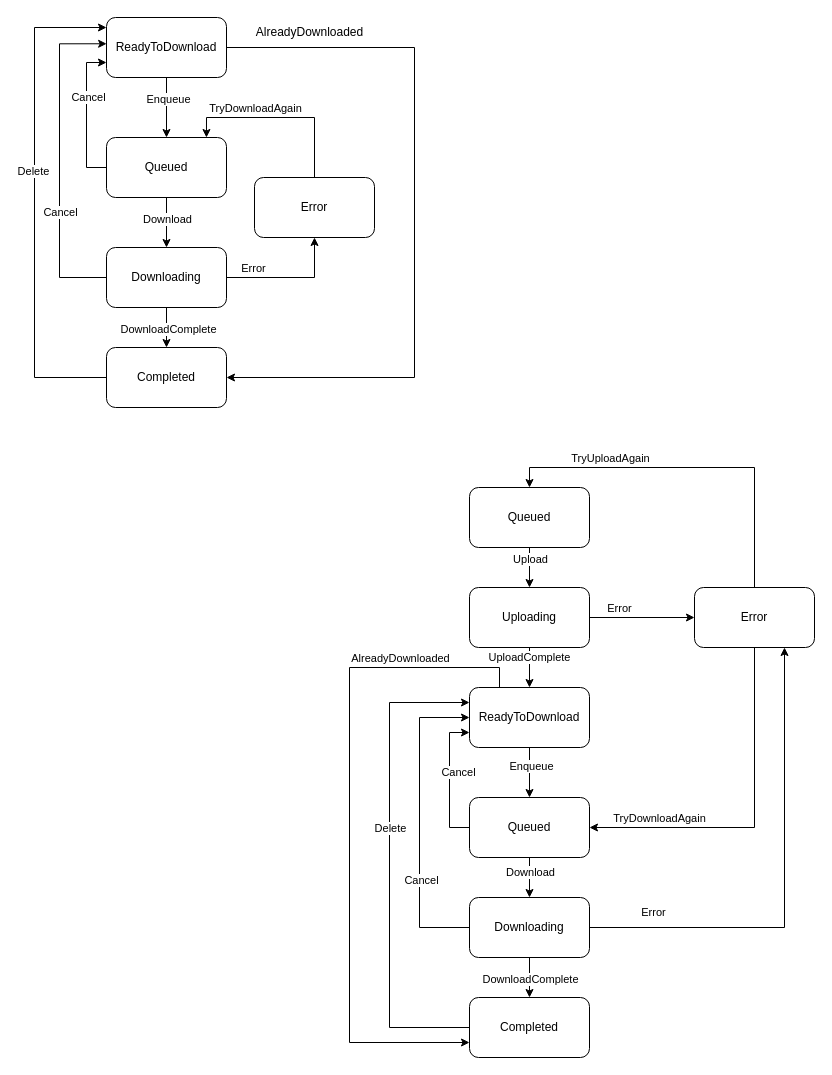
loginovao/Diagrams keeps this draw.io diagram as FileTransferStates.drawio. Above is the earlier version. Source tidied: cells renumbered, new cells numbered last; positions are measured from the earlier drawing's top-left corner, leaving out a move shared by most shapes. Both pictures are drawn from the tidied source at 100%, with x=0, y=0 at pixel (34, 17).
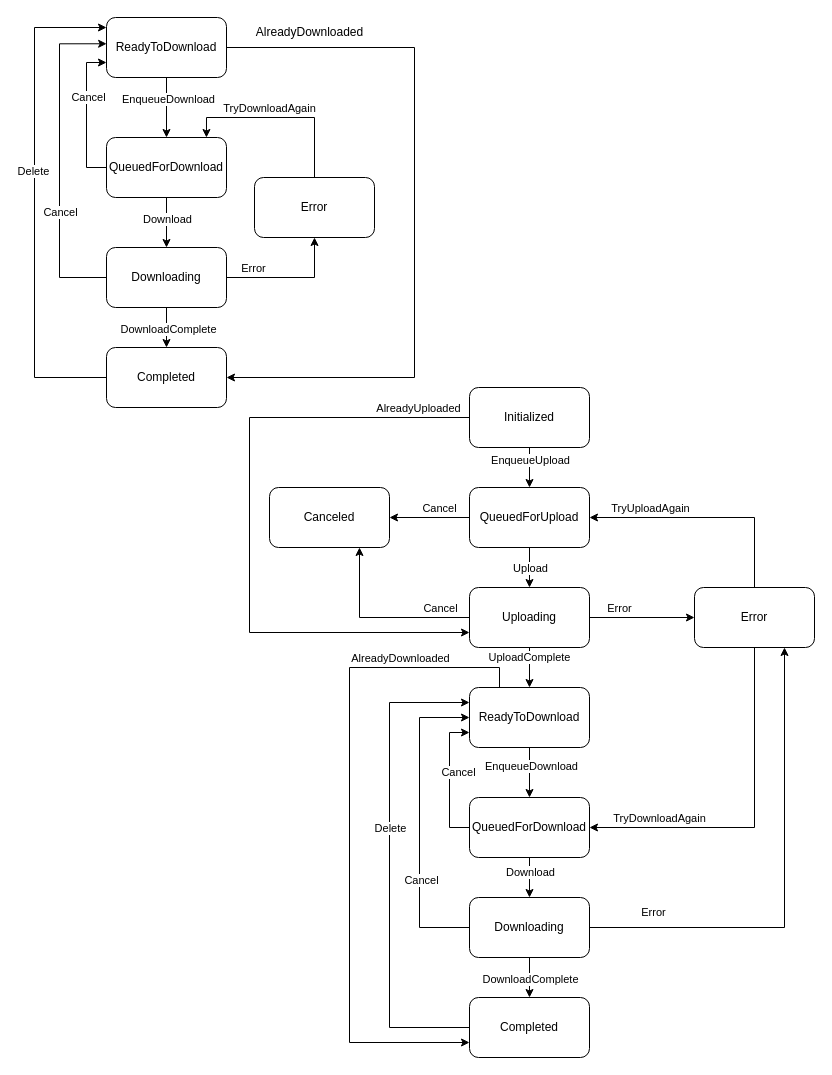
The same page after the edit.

Unchanged cells that the change refers to:
```xml
<mxCell id="3" style="edgeStyle=orthogonalEdgeStyle;rounded=0;jettySize=auto;html=1;" parent="2" edge="1" source="6" target="11">
  <mxGeometry relative="1" as="geometry" />
</mxCell>
<mxCell id="22" style="edgeStyle=orthogonalEdgeStyle;rounded=0;jettySize=auto;html=1;entryX=0.833;entryY=0;entryDx=0;entryDy=0;entryPerimeter=0;exitX=0.5;exitY=0;exitDx=0;exitDy=0;" parent="2" edge="1" source="24" target="11">
  <mxGeometry relative="1" as="geometry">
    <Array as="points">
      <mxPoint x="280" y="100" />
      <mxPoint x="172" y="100" />
    </Array>
  </mxGeometry>
</mxCell>
<mxCell id="26" style="edgeStyle=orthogonalEdgeStyle;rounded=0;jettySize=auto;html=1;exitX=0.5;exitY=1;exitDx=0;exitDy=0;entryX=0.5;entryY=0;entryDx=0;entryDy=0;" parent="2" edge="1" source="31" target="35">
  <mxGeometry relative="1" as="geometry" />
</mxCell>
<mxCell id="35" value="Uploading" style="rounded=1;whiteSpace=wrap;html=1;" parent="30" vertex="1">
  <mxGeometry x="435" y="570" width="120" height="60" as="geometry" />
</mxCell>
<mxCell id="36" style="edgeStyle=orthogonalEdgeStyle;rounded=0;jettySize=auto;html=1;" parent="30" edge="1" source="38" target="41">
  <mxGeometry relative="1" as="geometry" />
</mxCell>
<mxCell id="52" value="Error" style="rounded=1;whiteSpace=wrap;html=1;" parent="30" vertex="1">
  <mxGeometry x="660" y="570" width="120" height="60" as="geometry" />
</mxCell>
```

The edit, as a diff of the source:
```diff
@@
-    <mxCell id="4" value="Enqueue" style="edgeLabel;html=1;align=center;verticalAlign=middle;" parent="3" vertex="1">
+    <mxCell id="4" value="EnqueueDownload" style="edgeLabel;html=1;align=center;verticalAlign=middle;" parent="3" vertex="1">
       <mxGeometry x="-0.29" y="1" relative="1" as="geometry" />
     </mxCell>
@@
-    <mxCell id="11" value="Queued" style="rounded=1;whiteSpace=wrap;html=1;" parent="2" vertex="1">
+    <mxCell id="11" value="QueuedForDownload" style="rounded=1;whiteSpace=wrap;html=1;" parent="2" vertex="1">
       <mxGeometry x="72" y="120" width="120" height="60" as="geometry" />
     </mxCell>
@@
     <mxCell id="23" value="TryDownloadAgain" style="edgeLabel;html=1;align=center;verticalAlign=middle;" parent="22" vertex="1">
       <mxGeometry x="0.36" y="1" relative="1" as="geometry">
-        <mxPoint x="8" y="-11" as="offset" />
+        <mxPoint x="22" y="-11" as="offset" />
       </mxGeometry>
     </mxCell>
@@
     <mxCell id="27" value="Upload" style="edgeLabel;html=1;align=center;verticalAlign=middle;" parent="26" vertex="1">
-      <mxGeometry x="-0.43" relative="1" as="geometry" />
+      <mxGeometry x="-0.43" relative="1" as="geometry">
+        <mxPoint y="9" as="offset" />
+      </mxGeometry>
     </mxCell>
@@
+    <mxCell id="59" style="edgeStyle=orthogonalEdgeStyle;rounded=0;jettySize=auto;html=1;startArrow=classic;startFill=1;endArrow=none;endFill=0;" parent="30" edge="1" source="31" target="67">
+      <mxGeometry relative="1" as="geometry" />
+    </mxCell>
+    <mxCell id="60" value="EnqueueUpload" style="edgeLabel;html=1;align=center;verticalAlign=middle;" parent="59" vertex="1">
+      <mxGeometry x="0.39" relative="1" as="geometry" />
+    </mxCell>
+    <mxCell id="61" style="edgeStyle=orthogonalEdgeStyle;rounded=0;jettySize=auto;html=1;startArrow=none;startFill=0;endArrow=classic;endFill=1;" parent="30" edge="1" source="31" target="68">
+      <mxGeometry relative="1" as="geometry" />
+    </mxCell>
+    <mxCell id="62" value="Cancel" style="edgeLabel;html=1;align=center;verticalAlign=middle;" parent="61" vertex="1">
+      <mxGeometry x="-0.23" relative="1" as="geometry">
+        <mxPoint y="-10" as="offset" />
+      </mxGeometry>
+    </mxCell>
-    <mxCell id="31" value="Queued" style="rounded=1;whiteSpace=wrap;html=1;" parent="30" vertex="1">
+    <mxCell id="31" value="QueuedForUpload" style="rounded=1;whiteSpace=wrap;html=1;" parent="30" vertex="1">
       <mxGeometry x="435" y="470" width="120" height="60" as="geometry" />
     </mxCell>
@@
+    <mxCell id="63" style="edgeStyle=orthogonalEdgeStyle;rounded=0;jettySize=auto;html=1;entryX=0.75;entryY=1;entryDx=0;entryDy=0;startArrow=none;startFill=0;endArrow=classic;endFill=1;" parent="30" edge="1" source="35" target="68">
+      <mxGeometry relative="1" as="geometry" />
+    </mxCell>
+    <mxCell id="64" value="Cancel" style="edgeLabel;html=1;align=center;verticalAlign=middle;" parent="63" vertex="1">
+      <mxGeometry x="-0.59" relative="1" as="geometry">
+        <mxPoint x="7" y="-10" as="offset" />
+      </mxGeometry>
+    </mxCell>
@@
-    <mxCell id="37" value="Enqueue" style="edgeLabel;html=1;align=center;verticalAlign=middle;" parent="36" vertex="1">
+    <mxCell id="37" value="EnqueueDownload" style="edgeLabel;html=1;align=center;verticalAlign=middle;" parent="36" vertex="1">
       <mxGeometry x="-0.29" y="1" relative="1" as="geometry" />
     </mxCell>
@@
-    <mxCell id="41" value="Queued" style="rounded=1;whiteSpace=wrap;html=1;" parent="30" vertex="1">
+    <mxCell id="41" value="QueuedForDownload" style="rounded=1;whiteSpace=wrap;html=1;" parent="30" vertex="1">
       <mxGeometry x="435" y="780" width="120" height="60" as="geometry" />
     </mxCell>
@@
-    <mxCell id="53" style="edgeStyle=orthogonalEdgeStyle;rounded=0;jettySize=auto;html=1;entryX=0.5;entryY=0;entryDx=0;entryDy=0;exitX=0.5;exitY=0;exitDx=0;exitDy=0;" parent="30" edge="1" source="52" target="31">
+    <mxCell id="53" style="edgeStyle=orthogonalEdgeStyle;rounded=0;jettySize=auto;html=1;exitX=0.5;exitY=0;exitDx=0;exitDy=0;entryX=1;entryY=0.5;entryDx=0;entryDy=0;" parent="30" edge="1" source="52" target="31">
       <mxGeometry relative="1" as="geometry" />
     </mxCell>
     <mxCell id="54" value="TryUploadAgain" style="edgeLabel;html=1;align=center;verticalAlign=middle;" parent="53" vertex="1">
       <mxGeometry x="-0.5" y="-2" relative="1" as="geometry">
-        <mxPoint x="-147" y="-39" as="offset" />
+        <mxPoint x="-107" y="-21" as="offset" />
       </mxGeometry>
     </mxCell>
@@
+    <mxCell id="65" style="edgeStyle=orthogonalEdgeStyle;rounded=0;jettySize=auto;html=1;exitX=0;exitY=0.5;exitDx=0;exitDy=0;entryX=0;entryY=0.75;entryDx=0;entryDy=0;startArrow=none;startFill=0;endArrow=classic;endFill=1;" parent="30" edge="1" source="67" target="35">
+      <mxGeometry relative="1" as="geometry">
+        <Array as="points">
+          <mxPoint x="215" y="400" />
+          <mxPoint x="215" y="615" />
+        </Array>
+      </mxGeometry>
+    </mxCell>
+    <mxCell id="66" value="AlreadyUploaded" style="edgeLabel;html=1;align=center;verticalAlign=middle;" parent="65" vertex="1">
+      <mxGeometry x="-0.71" y="-2" relative="1" as="geometry">
+        <mxPoint x="43" y="-8" as="offset" />
+      </mxGeometry>
+    </mxCell>
+    <mxCell id="67" value="Initialized" style="rounded=1;whiteSpace=wrap;html=1;" parent="30" vertex="1">
+      <mxGeometry x="435" y="370" width="120" height="60" as="geometry" />
+    </mxCell>
+    <mxCell id="68" value="Canceled" style="rounded=1;whiteSpace=wrap;html=1;" parent="30" vertex="1">
+      <mxGeometry x="235" y="470" width="120" height="60" as="geometry" />
+    </mxCell>
```
